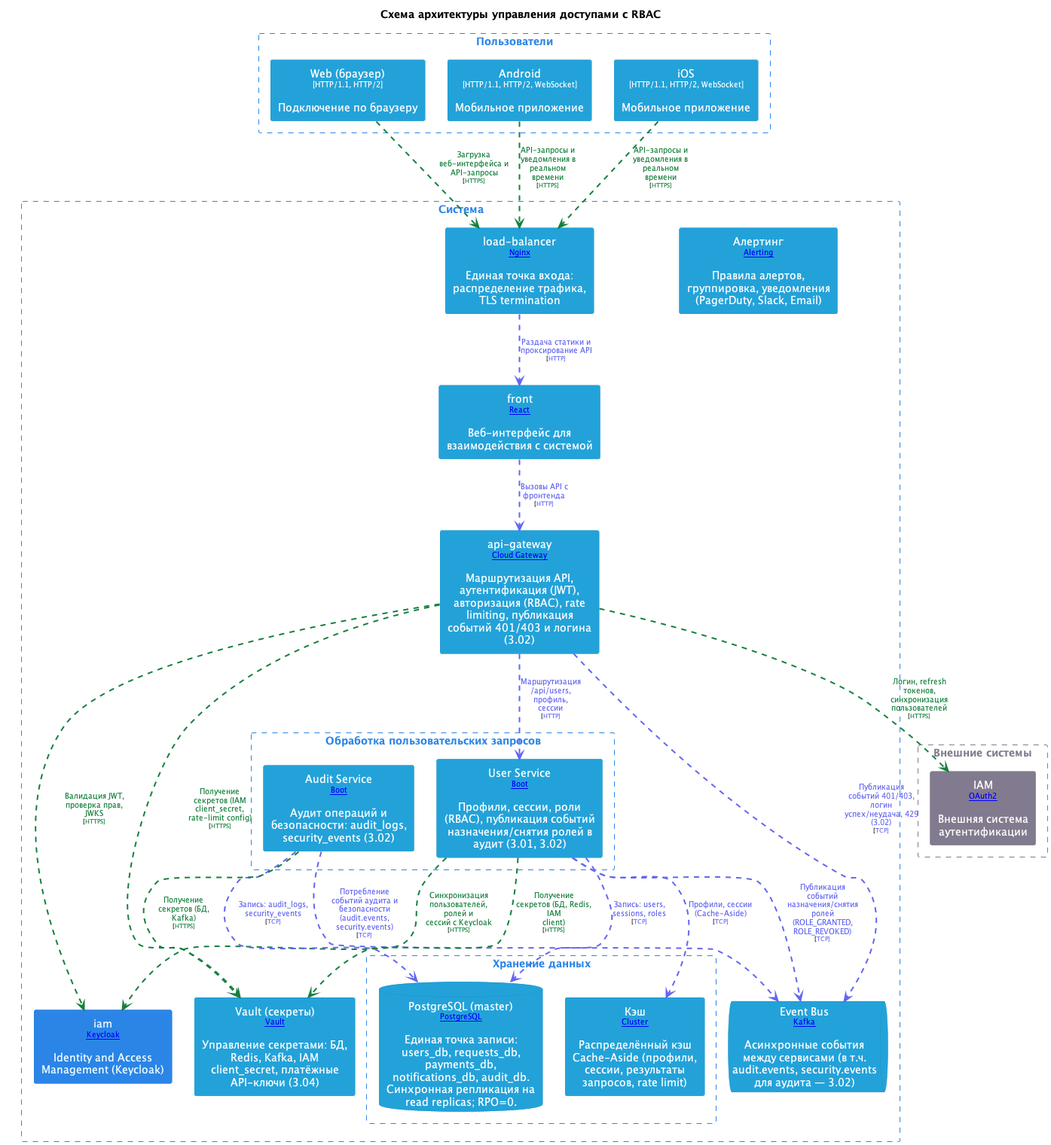
Above: doc/images/access_control_rbac.png in shelepovg/system-design-homework (PlantUML), before the change. Its diagram source:
```plantuml
@startuml
title "Схема архитектуры управления доступами с RBAC"
top to bottom direction

hide stereotype
skinparam ranksep 60
skinparam nodesep 30
skinparam {
  arrowFontSize 10
  defaultTextAlignment center
  wrapWidth 200
  maxMessageSize 100
  shadowing false
}

skinparam rectangle<<UsersWeb>>{
  BackgroundColor #23a2d9
  FontColor #ffffff
  BorderColor #1892c5
}
skinparam rectangle<<UsersAndroid>>{
  BackgroundColor #23a2d9
  FontColor #ffffff
  BorderColor #1892c5
}
skinparam rectangle<<UsersIos>>{
  BackgroundColor #23a2d9
  FontColor #ffffff
  BorderColor #1892c5
}
skinparam rectangle<<SystemLoadBalancer>>{
  BackgroundColor #23a2d9
  FontColor #ffffff
  BorderColor #1892c5
}
skinparam rectangle<<SystemFront>>{
  BackgroundColor #23a2d9
  FontColor #ffffff
  BorderColor #1892c5
}
skinparam rectangle<<SystemApiGateway>>{
  BackgroundColor #23a2d9
  FontColor #ffffff
  BorderColor #1892c5
}
skinparam rectangle<<SystemMonitoringAlerting>>{
  BackgroundColor #23a2d9
  FontColor #ffffff
  BorderColor #1892c5
}
skinparam rectangle<<SystemBackendUserService>>{
  BackgroundColor #23a2d9
  FontColor #ffffff
  BorderColor #1892c5
}
skinparam rectangle<<SystemBackendAuditService>>{
  BackgroundColor #23a2d9
  FontColor #ffffff
  BorderColor #1892c5
}
skinparam rectangle<<System_extIam_ext>>{
  BackgroundColor #827a8e
  FontColor #ffffff
  BorderColor #6c6477
}
skinparam rectangle<<SystemIam>>{
  BackgroundColor #2b85e7
  FontColor #f1ffff
  BorderColor #1e73ce
}
skinparam queue<<SystemEventBus>>{
  BackgroundColor #23a2d9
  FontColor #ffffff
  BorderColor #1892c5
}
skinparam rectangle<<SystemSecretsVault>>{
  BackgroundColor #23a2d9
  FontColor #ffffff
  BorderColor #1892c5
}
skinparam rectangle<<SystemStorageCache>>{
  BackgroundColor #23a2d9
  FontColor #ffffff
  BorderColor #1892c5
}
skinparam database<<SystemStoragePostgresMaster>>{
  BackgroundColor #23a2d9
  FontColor #ffffff
  BorderColor #1892c5
}
rectangle "Пользователи" <<Users>> as Users {
  skinparam RectangleBorderColor<<Users>> #2b85e7
  skinparam RectangleFontColor<<Users>> #2b85e7
  skinparam RectangleBorderStyle<<Users>> dashed

  rectangle "Web (браузер)\n<size:10>[HTTP/1.1, HTTP/2]</size>\n\nПодключение по браузеру" <<UsersWeb>> as UsersWeb
  rectangle "Android\n<size:10>[HTTP/1.1, HTTP/2, WebSocket]</size>\n\nМобильное приложение" <<UsersAndroid>> as UsersAndroid
  rectangle "iOS\n<size:10>[HTTP/1.1, HTTP/2, WebSocket]</size>\n\nМобильное приложение" <<UsersIos>> as UsersIos
}
rectangle "Система" <<System>> as System {
  skinparam RectangleBorderColor<<System>> #2b85e7
  skinparam RectangleFontColor<<System>> #2b85e7
  skinparam RectangleBorderStyle<<System>> dashed

  rectangle "load-balancer\n<size:10>[[Nginx]]</size>\n\nЕдиная точка входа: распределение трафика, TLS termination" <<SystemLoadBalancer>> as SystemLoadBalancer
  rectangle "front\n<size:10>[[React]]</size>\n\nВеб-интерфейс для взаимодействия с системой" <<SystemFront>> as SystemFront
  rectangle "api-gateway\n<size:10>[[Spring Cloud Gateway]]</size>\n\nМаршрутизация API, аутентификация (JWT), авторизация (RBAC), rate limiting, публикация событий 401/403 и логина (3.02)" <<SystemApiGateway>> as SystemApiGateway
  rectangle "Обработка пользовательских запросов" <<SystemBackend>> as SystemBackend {
    skinparam RectangleBorderColor<<SystemBackend>> #2b85e7
    skinparam RectangleFontColor<<SystemBackend>> #2b85e7
    skinparam RectangleBorderStyle<<SystemBackend>> dashed

    rectangle "User Service\n<size:10>[[Spring Boot]]</size>\n\nПрофили, сессии, роли (RBAC), публикация событий назначения/снятия ролей в аудит (3.01, 3.02)" <<SystemBackendUserService>> as SystemBackendUserService
    rectangle "Audit Service\n<size:10>[[Spring Boot]]</size>\n\nАудит операций и безопасности: audit_logs, security_events (3.02)" <<SystemBackendAuditService>> as SystemBackendAuditService
  }
  rectangle "Алертинг\n<size:10>[[Grafana Alerting]]</size>\n\nПравила алертов, группировка, уведомления (PagerDuty, Slack, Email)" <<SystemMonitoringAlerting>> as SystemMonitoringAlerting
  rectangle "iam\n<size:10>[[Keycloak]]</size>\n\nIdentity and Access Management (Keycloak)" <<SystemIam>> as SystemIam
  rectangle "Хранение данных" <<SystemStorage>> as SystemStorage {
    skinparam RectangleBorderColor<<SystemStorage>> #2b85e7
    skinparam RectangleFontColor<<SystemStorage>> #2b85e7
    skinparam RectangleBorderStyle<<SystemStorage>> dashed

    rectangle "Кэш\n<size:10>[[Redis Cluster]]</size>\n\nРаспределённый кэш Cache-Aside (профили, сессии, результаты запросов, rate limit)" <<SystemStorageCache>> as SystemStorageCache
    database "PostgreSQL (master)\n<size:10>[[PostgreSQL]]</size>\n\nЕдиная точка записи: users_db, requests_db, payments_db, notifications_db, audit_db. Синхронная репликация на read replicas; RPO=0." <<SystemStoragePostgresMaster>> as SystemStoragePostgresMaster
  }
  queue "Event Bus\n<size:10>[[Apache Kafka]]</size>\n\nАсинхронные события между сервисами (в т.ч. audit.events, security.events для аудита — 3.02)" <<SystemEventBus>> as SystemEventBus
  rectangle "Vault (секреты)\n<size:10>[[HashiCorp Vault]]</size>\n\nУправление секретами: БД, Redis, Kafka, IAM client_secret, платёжные API-ключи (3.04)" <<SystemSecretsVault>> as SystemSecretsVault
}
rectangle "Внешние системы" <<System_ext>> as System_ext {
  skinparam RectangleBorderColor<<System_ext>> #827a8e
  skinparam RectangleFontColor<<System_ext>> #827a8e
  skinparam RectangleBorderStyle<<System_ext>> dashed

  rectangle "IAM\n<size:10>[[OAuth2]]</size>\n\nВнешняя система аутентификации" <<System_extIam_ext>> as System_extIam_ext
}

UsersWeb .[#15803d,thickness=2].> SystemLoadBalancer : <color:#15803d>Загрузка веб-интерфейса и API-запросы\n<size:8>[<color:#15803d>HTTPS]</size>
UsersAndroid .[#15803d,thickness=2].> SystemLoadBalancer : <color:#15803d>API-запросы и уведомления в реальном \n<color:#15803d>времени\n<size:8>[<color:#15803d>HTTPS]</size>
UsersIos .[#15803d,thickness=2].> SystemLoadBalancer : <color:#15803d>API-запросы и уведомления в реальном \n<color:#15803d>времени\n<size:8>[<color:#15803d>HTTPS]</size>
SystemLoadBalancer .[#6366f1,thickness=2].> SystemFront : <color:#6366f1>Раздача статики и проксирование API\n<size:8>[<color:#6366f1>HTTP]</size>
SystemFront .[#6366f1,thickness=2].> SystemApiGateway : <color:#6366f1>Вызовы API с фронтенда\n<size:8>[<color:#6366f1>HTTP]</size>
SystemApiGateway .[#15803d,thickness=2].> SystemIam : <color:#15803d>Валидация JWT, проверка прав, JWKS\n<size:8>[<color:#15803d>HTTPS]</size>
SystemApiGateway .[#6366f1,thickness=2].> SystemBackendUserService : <color:#6366f1>Маршрутизация /api/users, профиль, \n<color:#6366f1>сессии\n<size:8>[<color:#6366f1>HTTP]</size>
SystemBackendUserService .[#15803d,thickness=2].> SystemIam : <color:#15803d>Синхронизация пользователей, ролей и \n<color:#15803d>сессий с Keycloak\n<size:8>[<color:#15803d>HTTPS]</size>
SystemBackendUserService .[#6366f1,thickness=2].> SystemStorageCache : <color:#6366f1>Профили, сессии (Cache-Aside)\n<size:8>[<color:#6366f1>TCP]</size>
SystemBackendUserService .[#6366f1,thickness=2].> SystemStoragePostgresMaster : <color:#6366f1>Запись: users, sessions, roles\n<size:8>[<color:#6366f1>TCP]</size>
SystemBackendAuditService .[#6366f1,thickness=2].> SystemStoragePostgresMaster : <color:#6366f1>Запись: audit_logs, security_events\n<size:8>[<color:#6366f1>TCP]</size>
SystemApiGateway .[#6366f1,thickness=2].> SystemEventBus : <color:#6366f1>Публикация событий 401/403, логин \n<color:#6366f1>успех/неудача, 429 (3.02)\n<size:8>[<color:#6366f1>TCP]</size>
SystemBackendUserService .[#6366f1,thickness=2].> SystemEventBus : <color:#6366f1>Публикация событий назначения/снятия \n<color:#6366f1>ролей (ROLE_GRANTED, ROLE_REVOKED)\n<size:8>[<color:#6366f1>TCP]</size>
SystemBackendAuditService .[#6366f1,thickness=2].> SystemEventBus : <color:#6366f1>Потребление событий аудита и \n<color:#6366f1>безопасности (audit.events, \n<color:#6366f1>security.events)\n<size:8>[<color:#6366f1>TCP]</size>
SystemApiGateway .[#15803d,thickness=2].> SystemSecretsVault : <color:#15803d>Получение секретов (IAM client_secret, \n<color:#15803d>rate-limit config)\n<size:8>[<color:#15803d>HTTPS]</size>
SystemBackendUserService .[#15803d,thickness=2].> SystemSecretsVault : <color:#15803d>Получение секретов (БД, Redis, IAM \n<color:#15803d>client)\n<size:8>[<color:#15803d>HTTPS]</size>
SystemBackendAuditService .[#15803d,thickness=2].> SystemSecretsVault : <color:#15803d>Получение секретов (БД, Kafka)\n<size:8>[<color:#15803d>HTTPS]</size>
SystemApiGateway .[#15803d,thickness=2].> System_extIam_ext : <color:#15803d>Логин, refresh токенов, синхронизация \n<color:#15803d>пользователей\n<size:8>[<color:#15803d>HTTPS]</size>
@enduml
```
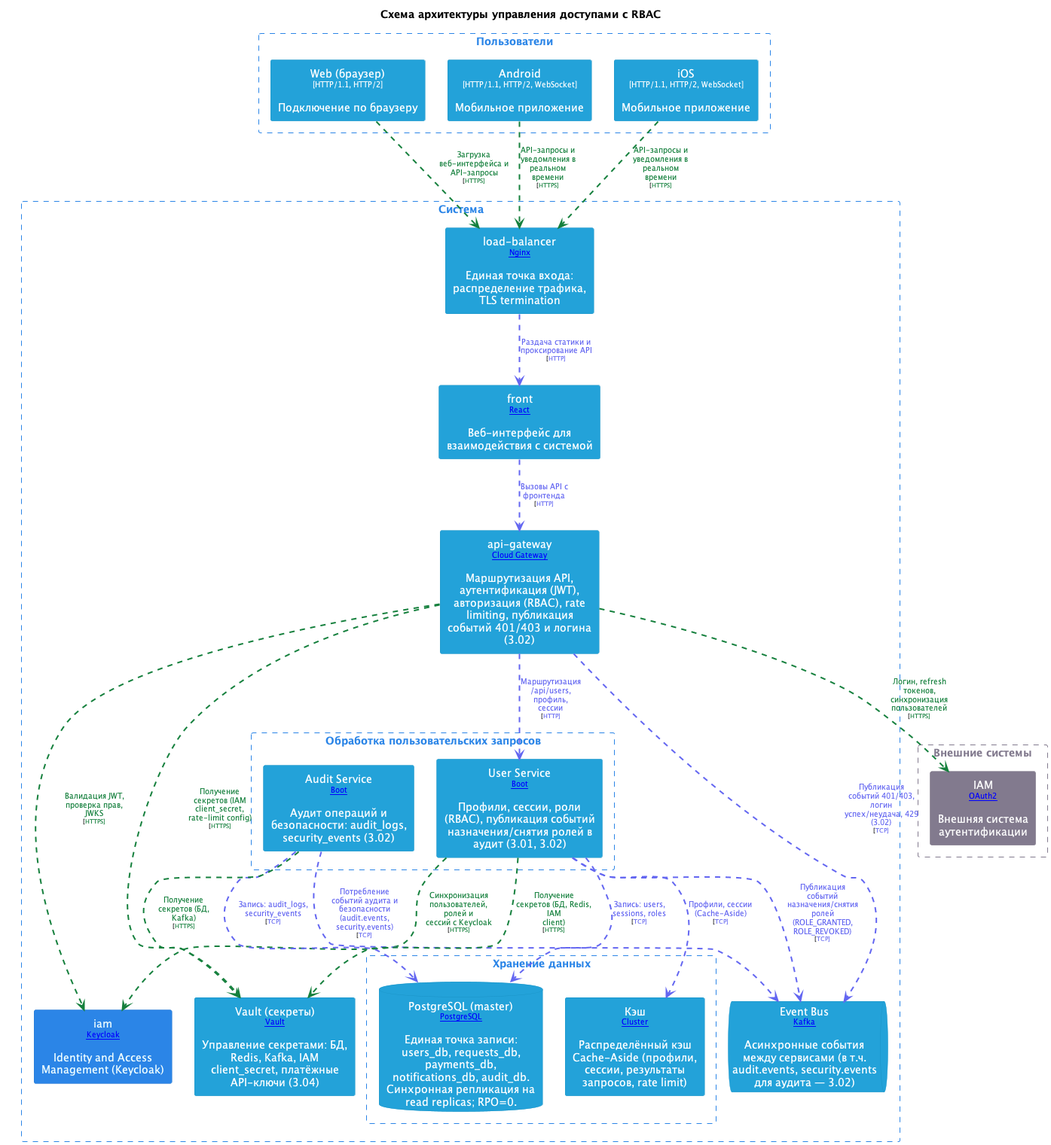
The same file after the commit.

Diff of the diagram source:
```diff
@@ -39,11 +39,6 @@
   BorderColor #1892c5
 }
 skinparam rectangle<<SystemApiGateway>>{
-  BackgroundColor #23a2d9
-  FontColor #ffffff
-  BorderColor #1892c5
-}
-skinparam rectangle<<SystemMonitoringAlerting>>{
   BackgroundColor #23a2d9
   FontColor #ffffff
   BorderColor #1892c5
@@ -113,7 +108,6 @@
     rectangle "User Service\n<size:10>[[Spring Boot]]</size>\n\nПрофили, сессии, роли (RBAC), публикация событий назначения/снятия ролей в аудит (3.01, 3.02)" <<SystemBackendUserService>> as SystemBackendUserService
     rectangle "Audit Service\n<size:10>[[Spring Boot]]</size>\n\nАудит операций и безопасности: audit_logs, security_events (3.02)" <<SystemBackendAuditService>> as SystemBackendAuditService
   }
-  rectangle "Алертинг\n<size:10>[[Grafana Alerting]]</size>\n\nПравила алертов, группировка, уведомления (PagerDuty, Slack, Email)" <<SystemMonitoringAlerting>> as SystemMonitoringAlerting
   rectangle "iam\n<size:10>[[Keycloak]]</size>\n\nIdentity and Access Management (Keycloak)" <<SystemIam>> as SystemIam
   rectangle "Хранение данных" <<SystemStorage>> as SystemStorage {
     skinparam RectangleBorderColor<<SystemStorage>> #2b85e7
```
